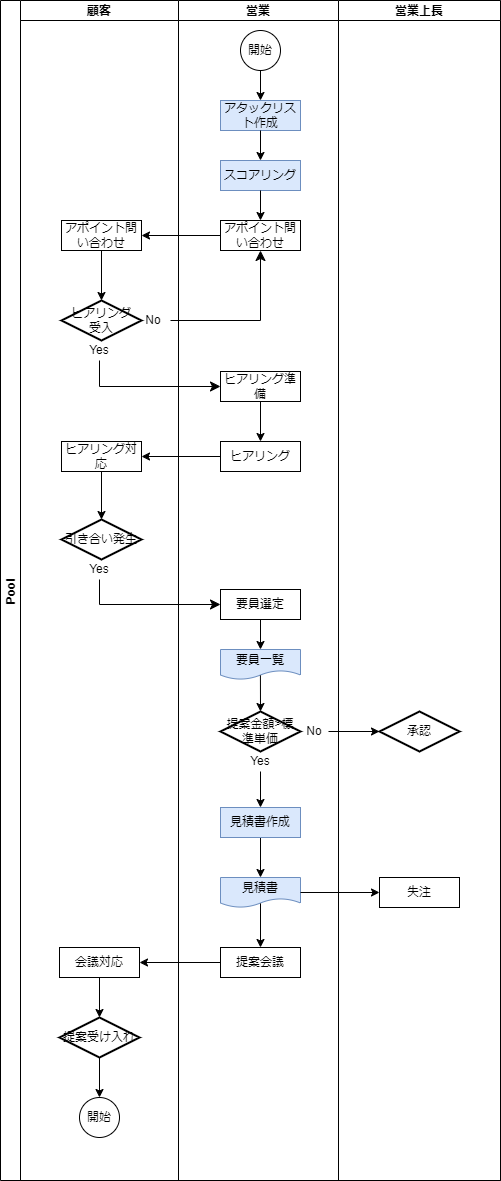
TaikiHorita/TaikiRepository keeps this draw.io diagram as ToBeワークフロー図_堀田20230613.drawio.png. Above is the earlier version. Source tidied: cells renumbered, new cells last; positions are measured from the earlier drawing's top-left corner, leaving out a move shared by most shapes.
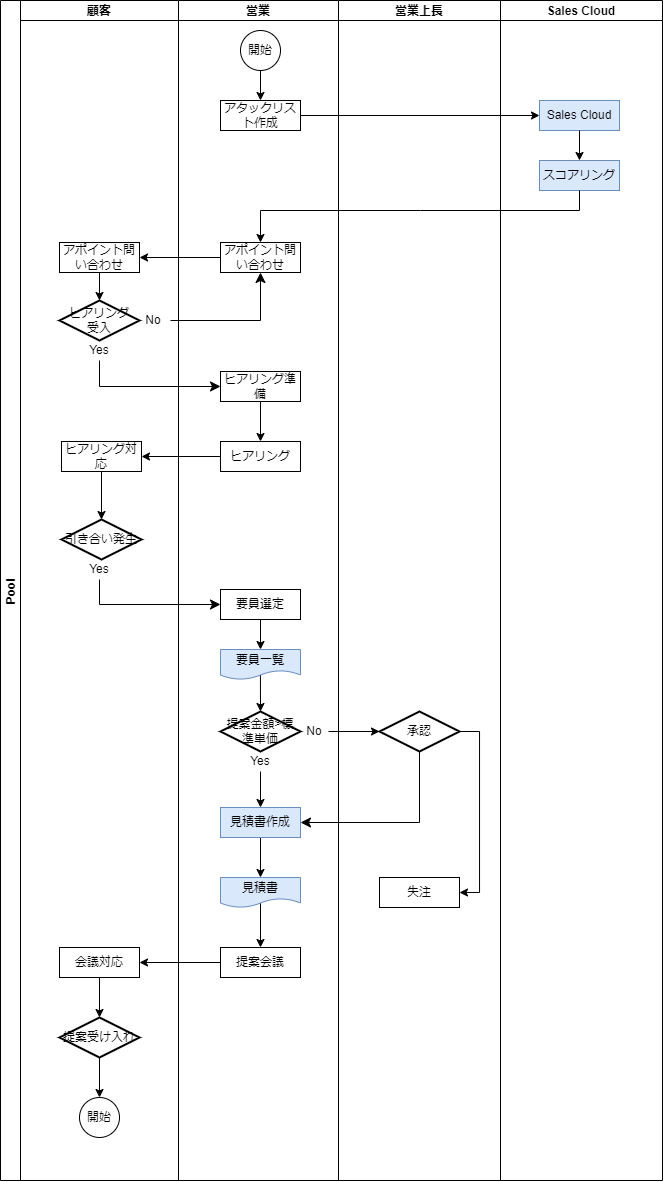
The same file after the commit.

Commit message:
ToBeワークフロー図_堀田20230613.drawio.png を更新します

What changed in the source:
```diff
@@ -9,10 +9,10 @@
       <mxGeometry x="20" width="158" height="1180" as="geometry" />
     </mxCell>
     <mxCell id="4" value="アポイント問い合わせ" style="rounded=0;whiteSpace=wrap;html=1;" parent="3" vertex="1">
-      <mxGeometry x="41" y="220" width="80" height="30" as="geometry" />
+      <mxGeometry x="39" y="242" width="80" height="30" as="geometry" />
     </mxCell>
     <mxCell id="5" value="ヒアリング&lt;br&gt;受入" style="strokeWidth=2;html=1;shape=mxgraph.flowchart.decision;whiteSpace=wrap;" parent="3" vertex="1">
-      <mxGeometry x="41" y="300" width="80" height="40" as="geometry" />
+      <mxGeometry x="39" y="300" width="80" height="40" as="geometry" />
     </mxCell>
     <mxCell id="6" value="ヒアリング対応" style="rounded=0;whiteSpace=wrap;html=1;" parent="3" vertex="1">
       <mxGeometry x="41" y="441" width="80" height="30" as="geometry" />
@@ -56,14 +56,11 @@
     <mxCell id="19" value="開始" style="ellipse;whiteSpace=wrap;html=1;" parent="18" vertex="1">
       <mxGeometry x="62" y="30" width="40" height="40" as="geometry" />
     </mxCell>
-    <mxCell id="20" value="アタックリスト作成" style="rounded=0;whiteSpace=wrap;html=1;fillColor=#dae8fc;strokeColor=#6c8ebf;" parent="18" vertex="1">
+    <mxCell id="20" value="アタックリスト作成" style="rounded=0;whiteSpace=wrap;html=1;" parent="18" vertex="1">
       <mxGeometry x="42" y="100" width="80" height="30" as="geometry" />
     </mxCell>
-    <mxCell id="21" value="スコアリング" style="rounded=0;whiteSpace=wrap;html=1;fillColor=#dae8fc;strokeColor=#6c8ebf;" parent="18" vertex="1">
-      <mxGeometry x="42" y="160" width="80" height="30" as="geometry" />
-    </mxCell>
     <mxCell id="22" value="アポイント問い合わせ" style="rounded=0;whiteSpace=wrap;html=1;" parent="18" vertex="1">
-      <mxGeometry x="42" y="220" width="80" height="30" as="geometry" />
+      <mxGeometry x="42" y="242" width="80" height="30" as="geometry" />
     </mxCell>
     <mxCell id="23" value="ヒアリング準備" style="rounded=0;whiteSpace=wrap;html=1;" parent="18" vertex="1">
       <mxGeometry x="42" y="371" width="80" height="30" as="geometry" />
@@ -98,12 +95,6 @@
     <mxCell id="33" style="endArrow=classic;html=1;rounded=0;exitX=0.5;exitY=1;exitDx=0;exitDy=0;entryX=0.5;entryY=0;entryDx=0;entryDy=0;" parent="18" edge="1" source="19" target="20">
       <mxGeometry relative="1" as="geometry" />
     </mxCell>
-    <mxCell id="34" style="endArrow=classic;html=1;rounded=0;exitX=0.5;exitY=1;exitDx=0;exitDy=0;entryX=0.5;entryY=0;entryDx=0;entryDy=0;" parent="18" edge="1" source="20" target="21">
-      <mxGeometry relative="1" as="geometry" />
-    </mxCell>
-    <mxCell id="35" style="endArrow=classic;html=1;rounded=0;exitX=0.5;exitY=1;exitDx=0;exitDy=0;entryX=0.5;entryY=0;entryDx=0;entryDy=0;" parent="18" edge="1" source="21" target="22">
-      <mxGeometry relative="1" as="geometry" />
-    </mxCell>
     <mxCell id="36" style="endArrow=classic;html=1;rounded=0;entryX=0.5;entryY=0;entryDx=0;entryDy=0;exitX=0.5;exitY=1;exitDx=0;exitDy=0;" parent="18" edge="1" source="23" target="24">
       <mxGeometry relative="1" as="geometry" />
     </mxCell>
@@ -125,6 +116,9 @@
     <mxCell id="42" value="営業上長" style="swimlane;startSize=20;" parent="2" vertex="1">
       <mxGeometry x="338" width="162" height="1180" as="geometry" />
     </mxCell>
+    <mxCell id="53" style="edgeStyle=orthogonalEdgeStyle;rounded=0;jettySize=auto;html=1;exitX=1;exitY=0.5;exitDx=0;exitDy=0;exitPerimeter=0;entryX=1;entryY=0.5;entryDx=0;entryDy=0;" parent="42" edge="1" source="43" target="44">
+      <mxGeometry relative="1" as="geometry" />
+    </mxCell>
     <mxCell id="43" value="承認" style="strokeWidth=2;html=1;shape=mxgraph.flowchart.decision;whiteSpace=wrap;" parent="42" vertex="1">
       <mxGeometry x="41" y="711" width="80" height="40" as="geometry" />
     </mxCell>
@@ -159,14 +153,42 @@
     <mxCell id="49" style="endArrow=classic;html=1;rounded=0;entryX=1;entryY=0.5;entryDx=0;entryDy=0;exitX=0;exitY=0.5;exitDx=0;exitDy=0;" parent="2" edge="1" source="24" target="6">
       <mxGeometry relative="1" as="geometry" />
     </mxCell>
-    <mxCell id="50" style="edgeStyle=orthogonalEdgeStyle;rounded=0;jettySize=auto;html=1;exitX=1;exitY=0.5;exitDx=0;exitDy=0;entryX=0;entryY=0.5;entryDx=0;entryDy=0;" parent="2" edge="1" source="30" target="44">
-      <mxGeometry relative="1" as="geometry" />
-    </mxCell>
     <mxCell id="51" style="edgeStyle=orthogonalEdgeStyle;rounded=0;jettySize=auto;html=1;exitX=0;exitY=0.5;exitDx=0;exitDy=0;" parent="2" edge="1" source="32" target="9">
       <mxGeometry relative="1" as="geometry" />
     </mxCell>
     <mxCell id="52" style="edgeStyle=orthogonalEdgeStyle;rounded=0;jettySize=auto;html=1;entryX=0;entryY=0.5;entryDx=0;entryDy=0;entryPerimeter=0;exitX=1;exitY=0.5;exitDx=0;exitDy=0;" parent="2" edge="1" source="40" target="43">
       <mxGeometry relative="1" as="geometry" />
     </mxCell>
+    <mxCell id="54" style="edgeStyle=elbowEdgeStyle;elbow=vertical;endArrow=classic;html=1;curved=0;rounded=0;endSize=8;startSize=8;entryX=1;entryY=0.5;entryDx=0;entryDy=0;exitX=0.5;exitY=1;exitDx=0;exitDy=0;exitPerimeter=0;" parent="2" edge="1" source="43" target="29">
+      <mxGeometry relative="1" as="geometry">
+        <Array as="points">
+          <mxPoint x="360" y="822" />
+        </Array>
+      </mxGeometry>
+    </mxCell>
+    <mxCell id="55" value="Sales Cloud" style="swimlane;startSize=20;" parent="1" vertex="1">
+      <mxGeometry x="500" width="162" height="1180" as="geometry" />
+    </mxCell>
+    <mxCell id="21" value="スコアリング" style="rounded=0;whiteSpace=wrap;html=1;fillColor=#dae8fc;strokeColor=#6c8ebf;" parent="55" vertex="1">
+      <mxGeometry x="39" y="160" width="80" height="30" as="geometry" />
+    </mxCell>
+    <mxCell id="56" value="Sales Cloud" style="rounded=0;whiteSpace=wrap;html=1;fillColor=#dae8fc;strokeColor=#6c8ebf;" parent="55" vertex="1">
+      <mxGeometry x="39" y="100" width="80" height="30" as="geometry" />
+    </mxCell>
+    <mxCell id="34" style="endArrow=classic;html=1;rounded=0;entryX=0.5;entryY=0;entryDx=0;entryDy=0;exitX=0.5;exitY=1;exitDx=0;exitDy=0;" parent="55" edge="1" source="56" target="21">
+      <mxGeometry relative="1" as="geometry" />
+    </mxCell>
+    <mxCell id="35" style="endArrow=classic;html=1;rounded=0;exitX=0.5;exitY=1;exitDx=0;exitDy=0;entryX=0.5;entryY=0;entryDx=0;entryDy=0;" parent="1" edge="1" source="21" target="22">
+      <mxGeometry relative="1" as="geometry">
+        <Array as="points">
+          <mxPoint x="579" y="210" />
+          <mxPoint x="420" y="210" />
+          <mxPoint x="260" y="210" />
+        </Array>
+      </mxGeometry>
+    </mxCell>
+    <mxCell id="57" style="edgeStyle=orthogonalEdgeStyle;rounded=0;jettySize=auto;html=1;exitX=1;exitY=0.5;exitDx=0;exitDy=0;entryX=0;entryY=0.5;entryDx=0;entryDy=0;" parent="1" edge="1" source="20" target="56">
+      <mxGeometry relative="1" as="geometry" />
+    </mxCell>
   </root>
 </mxGraphModel>
```
